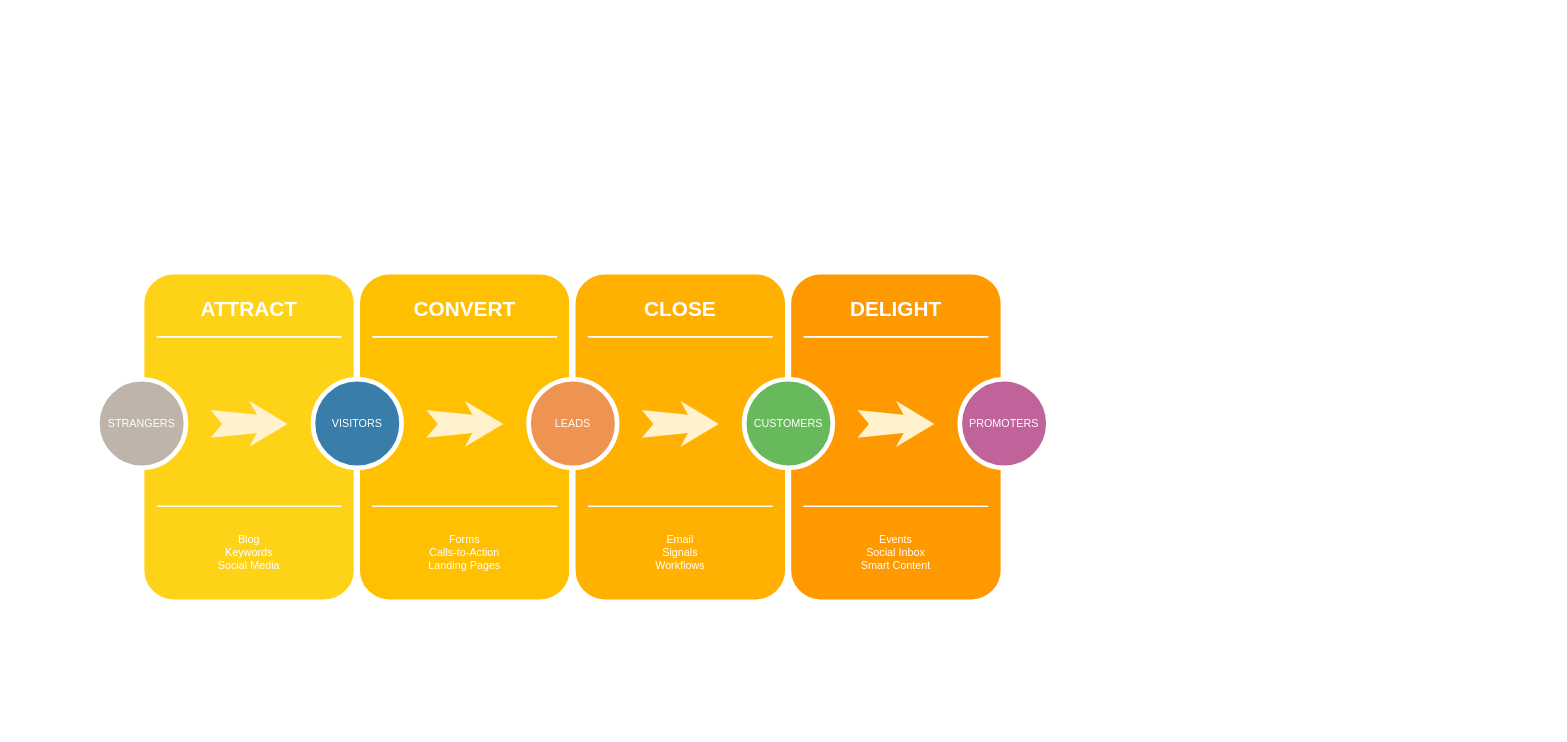
neio100/orange keeps this draw.io diagram as Header UI Product Roadmap.drawio. Above is the earlier version. Source tidied: cells renumbered, new cells numbered last; positions are measured from the earlier drawing's top-left corner, leaving out a move shared by most shapes. Both pictures are drawn from the tidied source at 77%, with x=0, y=0 at pixel (97, 271).
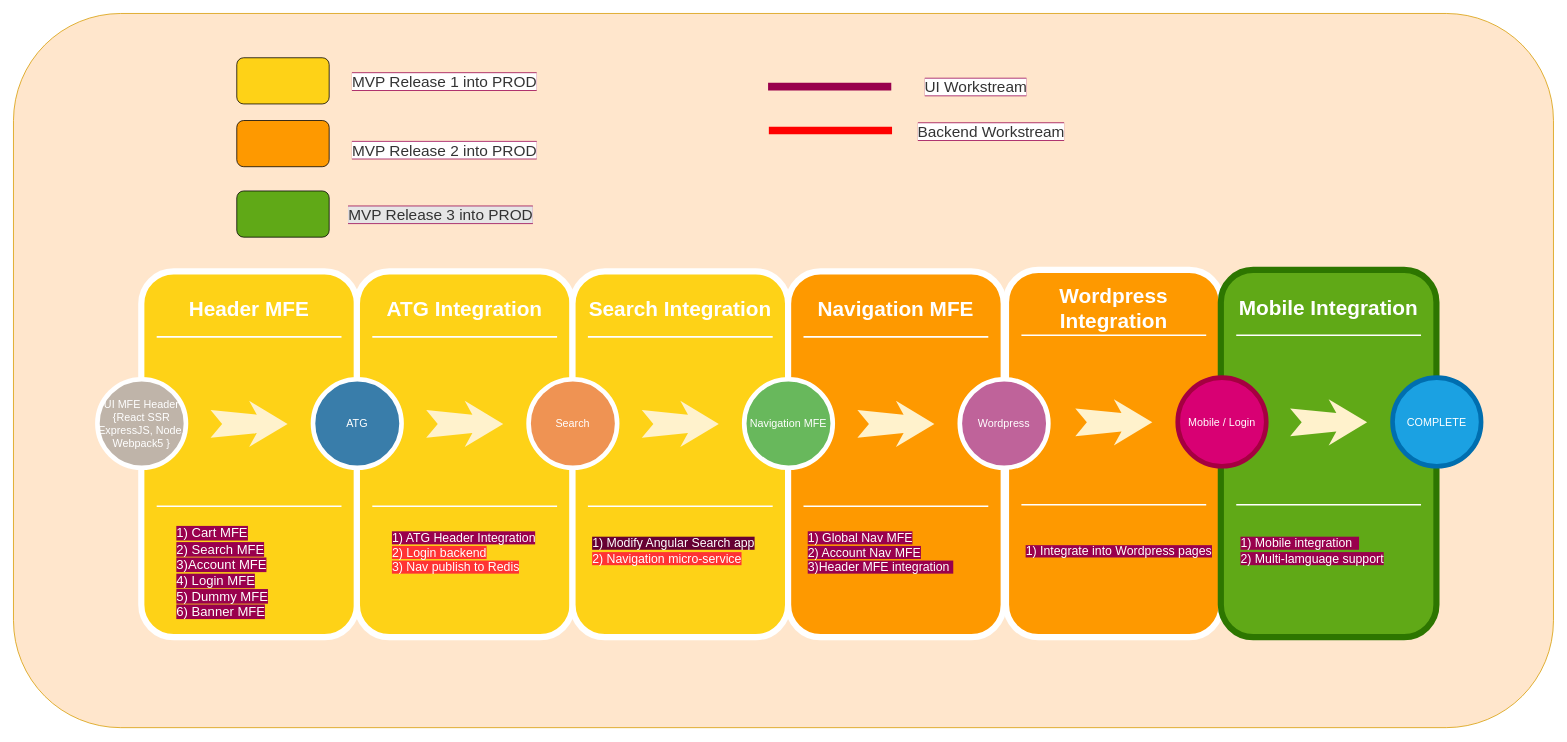
After the change.

Diff of the diagram source:
```diff
@@
+    <mxCell id="31" style="rounded=1;whiteSpace=wrap;html=1;labelBackgroundColor=#99004D;fontSize=16;fillColor=#ffe6cc;strokeColor=#d79b00;" parent="1" vertex="1">
+      <mxGeometry x="-109" y="-335" width="2000" height="927.5" as="geometry" />
+    </mxCell>
     <mxCell id="2" style="whiteSpace=wrap;html=1;rounded=1;shadow=0;strokeWidth=8;fontSize=20;align=center;fillColor=#FED217;strokeColor=#FFFFFF;" parent="1" vertex="1">
-      <mxGeometry x="57" width="280" height="430" as="geometry" />
+      <mxGeometry x="57" width="280" height="475" as="geometry" />
     </mxCell>
-    <mxCell id="3" value="ATTRACT" style="text;html=1;strokeColor=none;fillColor=none;align=center;verticalAlign=middle;whiteSpace=wrap;rounded=0;shadow=0;fontSize=27;fontColor=#FFFFFF;fontStyle=1;" parent="1" vertex="1">
+    <mxCell id="3" value="Header MFE" style="text;html=1;strokeColor=none;fillColor=none;align=center;verticalAlign=middle;whiteSpace=wrap;rounded=0;shadow=0;fontSize=27;fontColor=#FFFFFF;fontStyle=1;" parent="1" vertex="1">
       <mxGeometry x="57" y="20" width="280" height="60" as="geometry" />
     </mxCell>
-    <mxCell id="4" value="Blog&lt;div&gt;Keywords&lt;/div&gt;&lt;div&gt;Social Media&lt;/div&gt;" style="text;html=1;strokeColor=none;fillColor=none;align=center;verticalAlign=middle;whiteSpace=wrap;rounded=0;shadow=0;fontSize=14;fontColor=#FFFFFF;" parent="1" vertex="1">
-      <mxGeometry x="57" y="320" width="280" height="90" as="geometry" />
+    <mxCell id="4" value="&lt;span style=&quot;background-color: rgb(153 , 0 , 77) ; font-size: 17px&quot;&gt;1) Cart MFE&lt;br&gt;2) Search MFE&lt;br&gt;3)Account MFE&lt;br&gt;4) Login MFE&lt;br&gt;5) Dummy MFE&lt;br&gt;6) Banner MFE&lt;br&gt;&lt;/span&gt;" style="text;html=1;strokeColor=none;fillColor=none;align=left;verticalAlign=middle;whiteSpace=wrap;rounded=0;shadow=0;fontSize=14;fontColor=#FFFFFF;" parent="1" vertex="1">
+      <mxGeometry x="101" y="345" width="140" height="94" as="geometry" />
     </mxCell>
@@
-    <mxCell id="7" value="STRANGERS" style="ellipse;whiteSpace=wrap;html=1;rounded=0;shadow=0;strokeWidth=6;fontSize=14;align=center;fillColor=#BFB4A9;strokeColor=#FFFFFF;fontColor=#FFFFFF;" parent="1" vertex="1">
+    <mxCell id="7" value="UI MFE Header&lt;br&gt;{React SSR ExpressJS, Node, Webpack5 }" style="ellipse;whiteSpace=wrap;html=1;rounded=0;shadow=0;strokeWidth=6;fontSize=14;align=center;fillColor=#BFB4A9;strokeColor=#FFFFFF;fontColor=#FFFFFF;" parent="1" vertex="1">
       <mxGeometry y="140" width="115" height="115" as="geometry" />
     </mxCell>
@@
-    <mxCell id="9" style="whiteSpace=wrap;html=1;rounded=1;shadow=0;strokeWidth=8;fontSize=20;align=center;fillColor=#FFC001;strokeColor=#FFFFFF;" parent="1" vertex="1">
-      <mxGeometry x="337" width="280" height="430" as="geometry" />
+    <mxCell id="9" style="whiteSpace=wrap;html=1;rounded=1;shadow=0;strokeWidth=8;fontSize=20;align=center;fillColor=#FED217;strokeColor=#FFFFFF;" parent="1" vertex="1">
+      <mxGeometry x="337" width="280" height="475" as="geometry" />
     </mxCell>
-    <mxCell id="10" value="CONVERT" style="text;html=1;strokeColor=none;fillColor=none;align=center;verticalAlign=middle;whiteSpace=wrap;rounded=0;shadow=0;fontSize=27;fontColor=#FFFFFF;fontStyle=1;" parent="1" vertex="1">
+    <mxCell id="10" value="ATG Integration" style="text;html=1;strokeColor=none;fillColor=none;align=center;verticalAlign=middle;whiteSpace=wrap;rounded=0;shadow=0;fontSize=27;fontColor=#FFFFFF;fontStyle=1;" parent="1" vertex="1">
       <mxGeometry x="337" y="20" width="280" height="60" as="geometry" />
     </mxCell>
-    <mxCell id="11" value="Forms&lt;div&gt;Calls-to-Action&lt;/div&gt;&lt;div&gt;Landing Pages&lt;/div&gt;" style="text;html=1;strokeColor=none;fillColor=none;align=center;verticalAlign=middle;whiteSpace=wrap;rounded=0;shadow=0;fontSize=14;fontColor=#FFFFFF;" parent="1" vertex="1">
-      <mxGeometry x="337" y="320" width="280" height="90" as="geometry" />
+    <mxCell id="11" value="&lt;font style=&quot;font-size: 16px&quot;&gt;&lt;span style=&quot;background-color: rgb(153 , 0 , 77)&quot;&gt;1) ATG Header Integration&lt;/span&gt;&lt;br&gt;&lt;/font&gt;&lt;span style=&quot;background-color: rgb(255 , 51 , 51) ; font-size: 16px&quot;&gt;&lt;font style=&quot;font-size: 16px&quot;&gt;2) Login backend&lt;br&gt;3) Nav publish to Redis&lt;/font&gt;&lt;br&gt;&lt;/span&gt;" style="text;html=1;strokeColor=none;fillColor=none;align=left;verticalAlign=middle;whiteSpace=wrap;rounded=0;shadow=0;fontSize=14;fontColor=#FFFFFF;" parent="1" vertex="1">
+      <mxGeometry x="381" y="320" width="210" height="90" as="geometry" />
     </mxCell>
@@
-    <mxCell id="14" value="VISITORS" style="ellipse;whiteSpace=wrap;html=1;rounded=0;shadow=0;strokeWidth=6;fontSize=14;align=center;fillColor=#397DAA;strokeColor=#FFFFFF;fontColor=#FFFFFF;" parent="1" vertex="1">
+    <mxCell id="14" value="ATG" style="ellipse;whiteSpace=wrap;html=1;rounded=0;shadow=0;strokeWidth=6;fontSize=14;align=center;fillColor=#397DAA;strokeColor=#FFFFFF;fontColor=#FFFFFF;" parent="1" vertex="1">
       <mxGeometry x="280" y="140" width="115" height="115" as="geometry" />
     </mxCell>
@@
-    <mxCell id="16" style="whiteSpace=wrap;html=1;rounded=1;shadow=0;strokeWidth=8;fontSize=20;align=center;fillColor=#FFB001;strokeColor=#FFFFFF;" parent="1" vertex="1">
-      <mxGeometry x="617" width="280" height="430" as="geometry" />
+    <mxCell id="16" style="whiteSpace=wrap;html=1;rounded=1;shadow=0;strokeWidth=8;fontSize=20;align=center;fillColor=#FED217;strokeColor=#FFFFFF;" parent="1" vertex="1">
+      <mxGeometry x="617" width="280" height="475" as="geometry" />
     </mxCell>
-    <mxCell id="17" value="CLOSE" style="text;html=1;strokeColor=none;fillColor=none;align=center;verticalAlign=middle;whiteSpace=wrap;rounded=0;shadow=0;fontSize=27;fontColor=#FFFFFF;fontStyle=1;" parent="1" vertex="1">
+    <mxCell id="17" value="Search Integration" style="text;html=1;strokeColor=none;fillColor=none;align=center;verticalAlign=middle;whiteSpace=wrap;rounded=0;shadow=0;fontSize=27;fontColor=#FFFFFF;fontStyle=1;" parent="1" vertex="1">
       <mxGeometry x="617" y="20" width="280" height="60" as="geometry" />
     </mxCell>
-    <mxCell id="18" value="Email&lt;div&gt;Signals&lt;/div&gt;&lt;div&gt;Workflows&lt;/div&gt;" style="text;html=1;strokeColor=none;fillColor=none;align=center;verticalAlign=middle;whiteSpace=wrap;rounded=0;shadow=0;fontSize=14;fontColor=#FFFFFF;" parent="1" vertex="1">
-      <mxGeometry x="617" y="320" width="280" height="90" as="geometry" />
+    <mxCell id="18" value="&lt;font style=&quot;font-size: 16px&quot;&gt;&lt;span style=&quot;background-color: rgb(102 , 0 , 51)&quot;&gt;1) Modify Angular Search app&lt;/span&gt;&lt;br&gt;&lt;font style=&quot;background-color: rgb(255 , 51 , 51) ; font-size: 16px&quot;&gt;2) Navigation micro-service&lt;/font&gt;&lt;/font&gt;" style="text;html=1;strokeColor=none;fillColor=none;align=left;verticalAlign=middle;whiteSpace=wrap;rounded=0;shadow=0;fontSize=14;fontColor=#FFFFFF;" parent="1" vertex="1">
+      <mxGeometry x="641" y="310" width="256" height="105" as="geometry" />
     </mxCell>
@@
-    <mxCell id="21" value="LEADS" style="ellipse;whiteSpace=wrap;html=1;rounded=0;shadow=0;strokeWidth=6;fontSize=14;align=center;fillColor=#EF9353;strokeColor=#FFFFFF;fontColor=#FFFFFF;" parent="1" vertex="1">
+    <mxCell id="21" value="Search" style="ellipse;whiteSpace=wrap;html=1;rounded=0;shadow=0;strokeWidth=6;fontSize=14;align=center;fillColor=#EF9353;strokeColor=#FFFFFF;fontColor=#FFFFFF;" parent="1" vertex="1">
       <mxGeometry x="560" y="140" width="115" height="115" as="geometry" />
     </mxCell>
@@
     <mxCell id="23" style="whiteSpace=wrap;html=1;rounded=1;shadow=0;strokeWidth=8;fontSize=20;align=center;fillColor=#FE9900;strokeColor=#FFFFFF;" parent="1" vertex="1">
-      <mxGeometry x="897" width="280" height="430" as="geometry" />
+      <mxGeometry x="897" width="280" height="475" as="geometry" />
     </mxCell>
-    <mxCell id="24" value="DELIGHT" style="text;html=1;strokeColor=none;fillColor=none;align=center;verticalAlign=middle;whiteSpace=wrap;rounded=0;shadow=0;fontSize=27;fontColor=#FFFFFF;fontStyle=1;" parent="1" vertex="1">
+    <mxCell id="24" value="Navigation MFE" style="text;html=1;strokeColor=none;fillColor=none;align=center;verticalAlign=middle;whiteSpace=wrap;rounded=0;shadow=0;fontSize=27;fontColor=#FFFFFF;fontStyle=1;" parent="1" vertex="1">
       <mxGeometry x="897" y="20" width="280" height="60" as="geometry" />
     </mxCell>
-    <mxCell id="25" value="Events&lt;div&gt;Social Inbox&lt;/div&gt;&lt;div&gt;Smart Content&lt;/div&gt;" style="text;html=1;strokeColor=none;fillColor=none;align=center;verticalAlign=middle;whiteSpace=wrap;rounded=0;shadow=0;fontSize=14;fontColor=#FFFFFF;" parent="1" vertex="1">
-      <mxGeometry x="897" y="320" width="280" height="90" as="geometry" />
+    <mxCell id="25" value="&lt;span style=&quot;background-color: rgb(153 , 0 , 77) ; font-size: 16px&quot;&gt;&lt;font style=&quot;font-size: 16px&quot;&gt;1) Global Nav MFE&lt;br&gt;2) Account Nav MFE&lt;br&gt;&lt;/font&gt;&lt;/span&gt;&lt;div style=&quot;font-size: 16px&quot;&gt;&lt;span style=&quot;background-color: rgb(153 , 0 , 77)&quot;&gt;&lt;font style=&quot;font-size: 16px&quot;&gt;3)Header MFE integration&amp;nbsp;&lt;/font&gt;&lt;/span&gt;&lt;/div&gt;" style="text;html=1;strokeColor=none;fillColor=none;align=left;verticalAlign=middle;whiteSpace=wrap;rounded=0;shadow=0;fontSize=14;fontColor=#FFFFFF;" parent="1" vertex="1">
+      <mxGeometry x="921" y="320" width="256" height="90" as="geometry" />
     </mxCell>
@@
-    <mxCell id="28" value="CUSTOMERS" style="ellipse;whiteSpace=wrap;html=1;rounded=0;shadow=0;strokeWidth=6;fontSize=14;align=center;fillColor=#68B85C;strokeColor=#FFFFFF;fontColor=#FFFFFF;" parent="1" vertex="1">
+    <mxCell id="28" value="Navigation MFE" style="ellipse;whiteSpace=wrap;html=1;rounded=0;shadow=0;strokeWidth=6;fontSize=14;align=center;fillColor=#68B85C;strokeColor=#FFFFFF;fontColor=#FFFFFF;" parent="1" vertex="1">
       <mxGeometry x="840" y="140" width="115" height="115" as="geometry" />
     </mxCell>
@@
+    <mxCell id="32" style="whiteSpace=wrap;html=1;rounded=1;shadow=0;strokeWidth=8;fontSize=20;align=center;fillColor=#FE9900;strokeColor=#FFFFFF;" parent="1" vertex="1">
+      <mxGeometry x="1180" y="-2" width="280" height="477" as="geometry" />
+    </mxCell>
-    <mxCell id="30" value="PROMOTERS" style="ellipse;whiteSpace=wrap;html=1;rounded=0;shadow=0;strokeWidth=6;fontSize=14;align=center;fillColor=#BF639A;strokeColor=#FFFFFF;fontColor=#FFFFFF;" parent="1" vertex="1">
+    <mxCell id="30" value="Wordpress" style="ellipse;whiteSpace=wrap;html=1;rounded=0;shadow=0;strokeWidth=6;fontSize=14;align=center;fillColor=#BF639A;strokeColor=#FFFFFF;fontColor=#FFFFFF;" parent="1" vertex="1">
       <mxGeometry x="1120" y="140" width="115" height="115" as="geometry" />
     </mxCell>
+    <mxCell id="33" value="Wordpress Integration" style="text;html=1;strokeColor=none;fillColor=none;align=center;verticalAlign=middle;whiteSpace=wrap;rounded=0;shadow=0;fontSize=27;fontColor=#FFFFFF;fontStyle=1;" parent="1" vertex="1">
+      <mxGeometry x="1180" y="18" width="280" height="60" as="geometry" />
+    </mxCell>
+    <mxCell id="34" value="&lt;span style=&quot;background-color: rgb(153 , 0 , 77)&quot;&gt;&lt;font style=&quot;font-size: 16px&quot;&gt;1) Integrate into Wordpress pages&lt;/font&gt;&lt;/span&gt;" style="text;html=1;strokeColor=none;fillColor=none;align=left;verticalAlign=middle;whiteSpace=wrap;rounded=0;shadow=0;fontSize=14;fontColor=#FFFFFF;" parent="1" vertex="1">
+      <mxGeometry x="1204" y="318" width="256" height="90" as="geometry" />
+    </mxCell>
+    <mxCell id="35" style="line;strokeWidth=2;html=1;rounded=0;shadow=0;fontSize=27;align=center;fillColor=none;strokeColor=#FFFFFF;" parent="1" vertex="1">
+      <mxGeometry x="1200" y="78" width="240" height="10" as="geometry" />
+    </mxCell>
+    <mxCell id="36" style="line;strokeWidth=2;html=1;rounded=0;shadow=0;fontSize=27;align=center;fillColor=none;strokeColor=#FFFFFF;" parent="1" vertex="1">
+      <mxGeometry x="1200" y="298" width="240" height="10" as="geometry" />
+    </mxCell>
+    <mxCell id="37" style="html=1;shadow=0;dashed=0;align=center;verticalAlign=middle;shape=mxgraph.arrows2.stylisedArrow;dy=0.6;dx=40;notch=15;feather=0.4;rounded=0;strokeWidth=1;fontSize=27;strokeColor=none;fillColor=#fff2cc;" parent="1" vertex="1">
+      <mxGeometry x="1270" y="166" width="100" height="60" as="geometry" />
+    </mxCell>
+    <mxCell id="38" style="whiteSpace=wrap;html=1;rounded=1;shadow=0;strokeWidth=8;fontSize=20;align=center;fillColor=#60a917;strokeColor=#2D7600;fontColor=#ffffff;" parent="1" vertex="1">
+      <mxGeometry x="1459" y="-2" width="280" height="477" as="geometry" />
+    </mxCell>
+    <mxCell id="39" value="Mobile / Login" style="ellipse;whiteSpace=wrap;html=1;rounded=0;shadow=0;strokeWidth=6;fontSize=14;align=center;fillColor=#d80073;strokeColor=#A50040;fontColor=#ffffff;" parent="1" vertex="1">
+      <mxGeometry x="1403" y="138" width="115" height="115" as="geometry" />
+    </mxCell>
+    <mxCell id="40" value="Mobile Integration" style="text;html=1;strokeColor=none;fillColor=none;align=center;verticalAlign=middle;whiteSpace=wrap;rounded=0;shadow=0;fontSize=27;fontColor=#FFFFFF;fontStyle=1;" parent="1" vertex="1">
+      <mxGeometry x="1459" y="18" width="280" height="60" as="geometry" />
+    </mxCell>
+    <mxCell id="41" value="&lt;span style=&quot;background-color: rgb(153 , 0 , 77) ; font-size: 16px&quot;&gt;1) Mobile integration&amp;nbsp;&amp;nbsp;&lt;br&gt;2) Multi-lamguage support&lt;/span&gt;" style="text;html=1;strokeColor=none;fillColor=none;align=left;verticalAlign=middle;whiteSpace=wrap;rounded=0;shadow=0;fontSize=14;fontColor=#FFFFFF;" parent="1" vertex="1">
+      <mxGeometry x="1483" y="318" width="256" height="90" as="geometry" />
+    </mxCell>
+    <mxCell id="42" style="line;strokeWidth=2;html=1;rounded=0;shadow=0;fontSize=27;align=center;fillColor=none;strokeColor=#FFFFFF;" parent="1" vertex="1">
+      <mxGeometry x="1479" y="78" width="240" height="10" as="geometry" />
+    </mxCell>
+    <mxCell id="43" style="line;strokeWidth=2;html=1;rounded=0;shadow=0;fontSize=27;align=center;fillColor=none;strokeColor=#FFFFFF;" parent="1" vertex="1">
+      <mxGeometry x="1479" y="298" width="240" height="10" as="geometry" />
+    </mxCell>
+    <mxCell id="44" style="html=1;shadow=0;dashed=0;align=center;verticalAlign=middle;shape=mxgraph.arrows2.stylisedArrow;dy=0.6;dx=40;notch=15;feather=0.4;rounded=0;strokeWidth=1;fontSize=27;strokeColor=none;fillColor=#fff2cc;" parent="1" vertex="1">
+      <mxGeometry x="1549" y="166" width="100" height="60" as="geometry" />
+    </mxCell>
+    <mxCell id="45" value="COMPLETE" style="ellipse;whiteSpace=wrap;html=1;rounded=0;shadow=0;strokeWidth=6;fontSize=14;align=center;fillColor=#1ba1e2;strokeColor=#006EAF;fontColor=#ffffff;" parent="1" vertex="1">
+      <mxGeometry x="1682" y="138" width="115" height="115" as="geometry" />
+    </mxCell>
+    <mxCell id="46" style="rounded=1;whiteSpace=wrap;html=1;labelBackgroundColor=#99004D;fontSize=16;fontColor=#FFFFFF;fillColor=#FE9900;" parent="1" vertex="1">
+      <mxGeometry x="181" y="-196" width="120" height="60" as="geometry" />
+    </mxCell>
+    <mxCell id="47" style="rounded=1;whiteSpace=wrap;html=1;labelBackgroundColor=#99004D;fontSize=16;fontColor=#FFFFFF;fillColor=#60A917;" parent="1" vertex="1">
+      <mxGeometry x="181" y="-104.5" width="120" height="60" as="geometry" />
+    </mxCell>
+    <mxCell id="48" style="rounded=1;whiteSpace=wrap;html=1;labelBackgroundColor=#99004D;fontSize=16;fontColor=#FFFFFF;fillColor=#FED217;" parent="1" vertex="1">
+      <mxGeometry x="181" y="-277.5" width="120" height="60" as="geometry" />
+    </mxCell>
+    <mxCell id="49" value="&lt;font style=&quot;font-size: 20px ; background-color: rgb(255 , 255 , 255)&quot; color=&quot;#333333&quot;&gt;MVP Release 1 into PROD&lt;/font&gt;" style="text;html=1;strokeColor=none;fillColor=none;align=center;verticalAlign=middle;whiteSpace=wrap;rounded=0;labelBackgroundColor=#99004D;fontSize=16;fontColor=#FFFFFF;" parent="1" vertex="1">
+      <mxGeometry x="311" y="-270" width="280" height="45" as="geometry" />
+    </mxCell>
+    <mxCell id="50" value="&lt;font style=&quot;font-size: 20px ; background-color: rgb(255 , 255 , 255)&quot; color=&quot;#333333&quot;&gt;Backend Workstream&lt;/font&gt;" style="text;html=1;strokeColor=none;fillColor=none;align=center;verticalAlign=middle;whiteSpace=wrap;rounded=0;labelBackgroundColor=#99004D;fontSize=16;fontColor=#FFFFFF;" parent="1" vertex="1">
+      <mxGeometry x="1021" y="-205" width="280" height="45" as="geometry" />
+    </mxCell>
+    <mxCell id="51" value="&lt;font style=&quot;font-size: 20px ; background-color: rgb(230 , 230 , 230)&quot; color=&quot;#333333&quot;&gt;MVP Release 3 into PROD&lt;/font&gt;" style="text;html=1;strokeColor=none;fillColor=none;align=center;verticalAlign=middle;whiteSpace=wrap;rounded=0;labelBackgroundColor=#99004D;fontSize=16;fontColor=#FFFFFF;" parent="1" vertex="1">
+      <mxGeometry x="306" y="-97" width="280" height="45" as="geometry" />
+    </mxCell>
+    <mxCell id="52" style="line;strokeWidth=10;html=1;labelBackgroundColor=#E6E6E6;fontSize=20;fontColor=#333333;fillColor=#60A917;strokeColor=#99004D;" parent="1" vertex="1">
+      <mxGeometry x="871" y="-245" width="160" height="10" as="geometry" />
+    </mxCell>
+    <mxCell id="53" style="line;strokeWidth=10;html=1;labelBackgroundColor=#E6E6E6;fontSize=20;fontColor=#333333;fillColor=#60A917;strokeColor=#FF0000;" parent="1" vertex="1">
+      <mxGeometry x="872" y="-188" width="160" height="10" as="geometry" />
+    </mxCell>
+    <mxCell id="54" value="&lt;font style=&quot;font-size: 20px ; background-color: rgb(255 , 255 , 255)&quot; color=&quot;#333333&quot;&gt;UI Workstream&lt;/font&gt;" style="text;html=1;strokeColor=none;fillColor=none;align=center;verticalAlign=middle;whiteSpace=wrap;rounded=0;labelBackgroundColor=#99004D;fontSize=16;fontColor=#FFFFFF;" parent="1" vertex="1">
+      <mxGeometry x="1001" y="-262.5" width="280" height="45" as="geometry" />
+    </mxCell>
+    <mxCell id="55" value="&lt;font style=&quot;font-size: 20px ; background-color: rgb(255 , 255 , 255)&quot; color=&quot;#333333&quot;&gt;MVP Release 2 into PROD&lt;/font&gt;" style="text;html=1;strokeColor=none;fillColor=none;align=center;verticalAlign=middle;whiteSpace=wrap;rounded=0;labelBackgroundColor=#99004D;fontSize=16;fontColor=#FFFFFF;" parent="1" vertex="1">
+      <mxGeometry x="311" y="-181" width="280" height="45" as="geometry" />
+    </mxCell>
```
